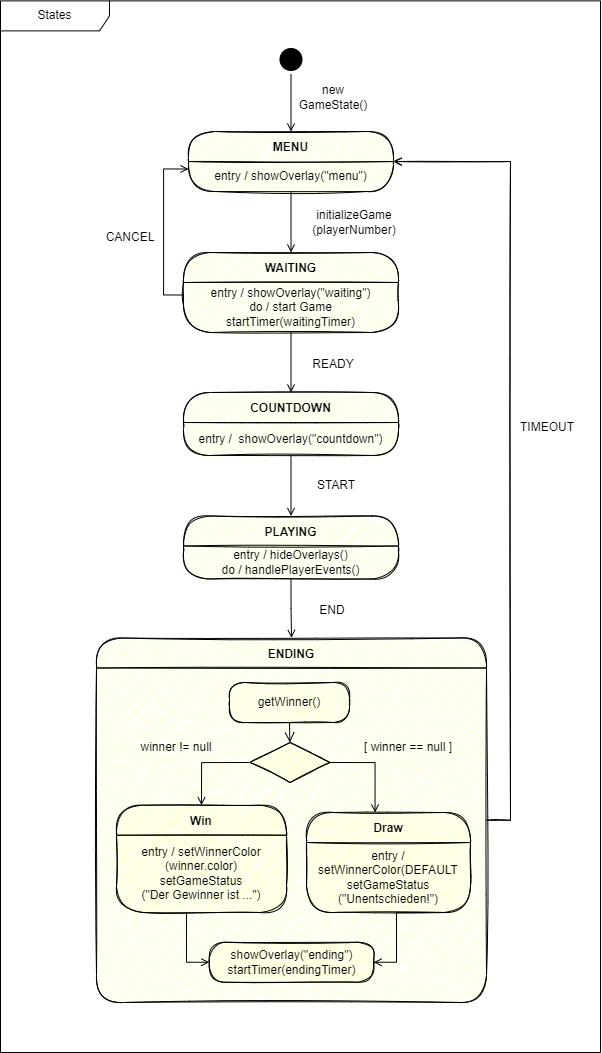
sckoenig/Distributed-Tron keeps this draw.io diagram as diagrams/GameManager_states.png. Above is the earlier version. Source tidied: cells renumbered, new cells last; positions are measured from the earlier drawing's top-left corner, leaving out a move shared by most shapes.
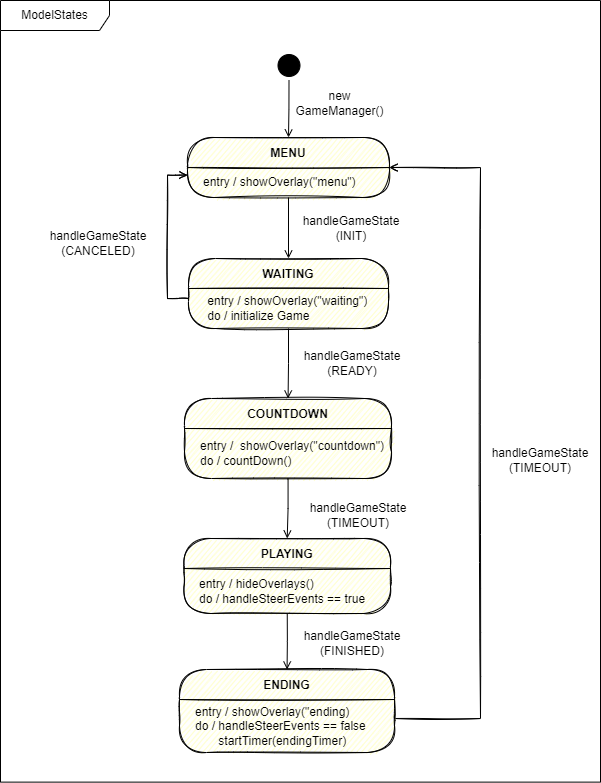
The same file after the commit.

Change to the diagram source:
```diff
@@ -2,136 +2,89 @@
   <root>
     <mxCell id="0" />
     <mxCell id="1" parent="0" />
-    <mxCell id="2" value="States" style="shape=umlFrame;whiteSpace=wrap;html=1;sketch=0;fillColor=default;width=109;height=30;" parent="1" vertex="1">
-      <mxGeometry y="0.4" width="600" height="1051.6" as="geometry" />
+    <mxCell id="2" value="ModelStates" style="shape=umlFrame;whiteSpace=wrap;html=1;sketch=0;fillColor=default;width=109;height=30;" parent="1" vertex="1">
+      <mxGeometry x="70" y="54" width="600" height="781.6" as="geometry" />
     </mxCell>
     <mxCell id="3" style="edgeStyle=orthogonalEdgeStyle;rounded=0;jettySize=auto;html=1;exitX=0.5;exitY=1;exitDx=0;exitDy=0;strokeColor=#000000;endArrow=open;endFill=0;sketch=0;" parent="1" edge="1" source="4" target="5">
       <mxGeometry relative="1" as="geometry" />
     </mxCell>
     <mxCell id="4" style="ellipse;html=1;shape=startState;fillColor=#000000;strokeColor=default;sketch=0;" parent="1" vertex="1">
-      <mxGeometry x="275.5" y="44" width="30" height="30" as="geometry" />
+      <mxGeometry x="343.5" y="104" width="30" height="30" as="geometry" />
     </mxCell>
     <mxCell id="5" value="MENU" style="swimlane;fontStyle=1;align=center;verticalAlign=middle;horizontal=1;startSize=30;fontColor=#000000;rounded=1;arcSize=30;strokeColor=default;fillColor=#ffffc0;swimlaneFillColor=#ffffc0;sketch=1;fillStyle=auto;" parent="1" vertex="1">
-      <mxGeometry x="188" y="131" width="205" height="60" as="geometry" />
+      <mxGeometry x="257" y="191" width="202" height="60" as="geometry" />
     </mxCell>
-    <mxCell id="6" value="entry / showOverlay(&quot;menu&quot;)" style="text;html=1;strokeColor=none;fillColor=none;align=center;verticalAlign=middle;spacingLeft=4;spacingRight=4;whiteSpace=wrap;overflow=hidden;fontColor=#000000;sketch=0;" parent="5" vertex="1">
-      <mxGeometry y="30" width="205" height="30" as="geometry" />
+    <mxCell id="6" value="&amp;nbsp; &amp;nbsp;entry / showOverlay(&quot;menu&quot;)" style="text;html=1;strokeColor=none;fillColor=none;align=left;verticalAlign=middle;spacingLeft=4;spacingRight=4;whiteSpace=wrap;overflow=hidden;fontColor=#000000;sketch=0;" parent="5" vertex="1">
+      <mxGeometry y="30" width="202" height="30" as="geometry" />
     </mxCell>
     <mxCell id="7" value="WAITING" style="swimlane;fontStyle=1;align=center;verticalAlign=middle;horizontal=1;startSize=30;fontColor=#000000;rounded=1;arcSize=30;strokeColor=default;fillColor=#ffffc0;swimlaneFillColor=#ffffc0;sketch=1;" parent="1" vertex="1">
-      <mxGeometry x="183" y="252" width="215" height="80" as="geometry" />
+      <mxGeometry x="258" y="312" width="200" height="70" as="geometry" />
     </mxCell>
-    <mxCell id="8" value="entry / showOverlay(&quot;waiting&quot;)&lt;br&gt;do / start Game&lt;br&gt;startTimer(waitingTimer)" style="text;html=1;strokeColor=none;fillColor=none;align=center;verticalAlign=middle;spacingLeft=4;spacingRight=4;whiteSpace=wrap;overflow=hidden;fontColor=#000000;sketch=1;" parent="7" vertex="1">
-      <mxGeometry y="30" width="215" height="50" as="geometry" />
+    <mxCell id="8" value="&amp;nbsp; &amp;nbsp; entry / showOverlay(&quot;waiting&quot;)&lt;br&gt;&amp;nbsp; &amp;nbsp; do / initialize Game" style="text;html=1;strokeColor=none;fillColor=none;align=left;verticalAlign=middle;spacingLeft=4;spacingRight=4;whiteSpace=wrap;overflow=hidden;fontColor=#000000;sketch=1;" parent="7" vertex="1">
+      <mxGeometry y="30" width="200" height="40" as="geometry" />
     </mxCell>
     <mxCell id="9" value="PLAYING" style="swimlane;fontStyle=1;align=center;verticalAlign=middle;horizontal=1;startSize=30;fontColor=#000000;rounded=1;arcSize=30;strokeColor=default;fillColor=#ffffc0;swimlaneFillColor=#ffffc0;sketch=1;" parent="1" vertex="1">
-      <mxGeometry x="183" y="515.5" width="215" height="63" as="geometry" />
+      <mxGeometry x="253.5" y="592" width="206.5" height="75" as="geometry" />
     </mxCell>
-    <mxCell id="10" value="entry / hideOverlays()&lt;br&gt;do / handlePlayerEvents()" style="text;html=1;strokeColor=none;fillColor=none;align=center;verticalAlign=middle;spacingLeft=4;spacingRight=4;whiteSpace=wrap;overflow=hidden;fontColor=#000000;sketch=0;" parent="9" vertex="1">
-      <mxGeometry y="30" width="215" height="33" as="geometry" />
+    <mxCell id="10" value="&amp;nbsp; &amp;nbsp;entry / hideOverlays()&lt;br&gt;&amp;nbsp; &amp;nbsp;do / handleSteerEvents == true" style="text;html=1;strokeColor=none;fillColor=none;align=left;verticalAlign=middle;spacingLeft=4;spacingRight=4;whiteSpace=wrap;overflow=hidden;fontColor=#000000;sketch=0;" parent="9" vertex="1">
+      <mxGeometry y="30" width="206.5" height="45" as="geometry" />
     </mxCell>
-    <mxCell id="11" value="ENDING" style="swimlane;fontStyle=1;align=center;verticalAlign=middle;horizontal=1;startSize=30;fontColor=#000000;rounded=1;arcSize=30;strokeColor=default;fillColor=#ffffc0;swimlaneFillColor=#ffffc0;sketch=1;" parent="1" vertex="1">
-      <mxGeometry x="96" y="637.5" width="390" height="364.5" as="geometry" />
+    <mxCell id="11" value="new GameManager()" style="text;html=1;strokeColor=none;fillColor=none;align=center;verticalAlign=middle;whiteSpace=wrap;rounded=0;sketch=0;" parent="1" vertex="1">
+      <mxGeometry x="371" y="142" width="77" height="30" as="geometry" />
     </mxCell>
-    <mxCell id="12" value="new GameState()" style="text;html=1;strokeColor=none;fillColor=none;align=center;verticalAlign=middle;whiteSpace=wrap;rounded=0;sketch=0;" parent="1" vertex="1">
-      <mxGeometry x="303" y="82" width="60" height="30" as="geometry" />
+    <mxCell id="12" style="edgeStyle=orthogonalEdgeStyle;rounded=0;jettySize=auto;html=1;exitX=0;exitY=0.25;exitDx=0;exitDy=0;entryX=0;entryY=0.25;entryDx=0;entryDy=0;endArrow=open;endFill=0;sketch=1;" parent="1" edge="1" source="8" target="6">
+      <mxGeometry relative="1" as="geometry" />
     </mxCell>
-    <mxCell id="13" value="READY" style="text;html=1;strokeColor=none;fillColor=none;align=center;verticalAlign=middle;whiteSpace=wrap;rounded=0;sketch=1;" parent="1" vertex="1">
-      <mxGeometry x="303" y="311" width="60" height="105" as="geometry" />
+    <mxCell id="13" value="handleGameState&lt;br&gt;(CANCELED)" style="text;html=1;strokeColor=none;fillColor=none;align=center;verticalAlign=middle;whiteSpace=wrap;rounded=0;sketch=0;" parent="1" vertex="1">
+      <mxGeometry x="108" y="282" width="120" height="30" as="geometry" />
     </mxCell>
-    <mxCell id="14" style="edgeStyle=orthogonalEdgeStyle;rounded=0;jettySize=auto;html=1;exitX=0;exitY=0.25;exitDx=0;exitDy=0;entryX=0;entryY=0.25;entryDx=0;entryDy=0;endArrow=open;endFill=0;sketch=0;" parent="1" edge="1" source="8" target="6">
-      <mxGeometry relative="1" as="geometry" />
+    <mxCell id="14" value="handleGameState&lt;br&gt;(FINISHED)" style="text;html=1;strokeColor=none;fillColor=none;align=center;verticalAlign=middle;whiteSpace=wrap;rounded=0;sketch=0;" parent="1" vertex="1">
+      <mxGeometry x="368" y="682" width="108" height="30" as="geometry" />
     </mxCell>
-    <mxCell id="15" value="CANCEL" style="text;html=1;strokeColor=none;fillColor=none;align=center;verticalAlign=middle;whiteSpace=wrap;rounded=0;sketch=0;" parent="1" vertex="1">
-      <mxGeometry x="100" y="222" width="60" height="30" as="geometry" />
+    <mxCell id="15" style="edgeStyle=orthogonalEdgeStyle;rounded=0;jettySize=auto;html=1;exitX=0.5;exitY=1;exitDx=0;exitDy=0;endArrow=open;endFill=0;sketch=0;" parent="1" edge="1" source="10" target="24">
+      <mxGeometry relative="1" as="geometry" />
     </mxCell>
-    <mxCell id="16" value="END" style="text;html=1;strokeColor=none;fillColor=none;align=center;verticalAlign=middle;whiteSpace=wrap;rounded=0;sketch=0;" parent="1" vertex="1">
-      <mxGeometry x="302" y="595" width="60" height="30" as="geometry" />
+    <mxCell id="16" style="edgeStyle=orthogonalEdgeStyle;rounded=0;jettySize=auto;html=1;entryX=0.5;entryY=0;entryDx=0;entryDy=0;strokeColor=#000000;endArrow=open;endFill=0;sketch=0;" parent="1" edge="1" source="6" target="7">
+      <mxGeometry relative="1" as="geometry" />
     </mxCell>
-    <mxCell id="17" style="edgeStyle=orthogonalEdgeStyle;rounded=0;jettySize=auto;html=1;exitX=0.5;exitY=1;exitDx=0;exitDy=0;entryX=0.5;entryY=0;entryDx=0;entryDy=0;endArrow=open;endFill=0;sketch=0;" parent="1" edge="1" source="10" target="11">
-      <mxGeometry relative="1" as="geometry" />
+    <mxCell id="17" value="handleGameState&lt;br&gt;(INIT)" style="text;html=1;strokeColor=none;fillColor=none;align=center;verticalAlign=middle;whiteSpace=wrap;rounded=0;sketch=0;" parent="1" vertex="1">
+      <mxGeometry x="392" y="267" width="58" height="30" as="geometry" />
     </mxCell>
-    <mxCell id="18" value="TIMEOUT" style="text;html=1;strokeColor=none;fillColor=none;align=center;verticalAlign=middle;whiteSpace=wrap;rounded=0;sketch=0;" parent="1" vertex="1">
-      <mxGeometry x="517" y="412" width="60" height="30" as="geometry" />
+    <mxCell id="18" value="COUNTDOWN" style="swimlane;fontStyle=1;align=center;verticalAlign=middle;horizontal=1;startSize=30;fontColor=#000000;rounded=1;arcSize=30;strokeColor=default;fillColor=#ffffc0;swimlaneFillColor=#ffffc0;sketch=1;" parent="1" vertex="1">
+      <mxGeometry x="254" y="452" width="207" height="80" as="geometry" />
     </mxCell>
-    <mxCell id="19" style="edgeStyle=orthogonalEdgeStyle;rounded=0;jettySize=auto;html=1;entryX=0.5;entryY=0;entryDx=0;entryDy=0;strokeColor=#000000;endArrow=open;endFill=0;sketch=0;" parent="1" edge="1" source="6" target="7">
-      <mxGeometry relative="1" as="geometry" />
+    <mxCell id="19" value="&amp;nbsp; &amp;nbsp;entry /&amp;nbsp; showOverlay(&quot;countdown&quot;)&lt;br&gt;&amp;nbsp; &amp;nbsp;do / countDown()" style="text;html=1;strokeColor=none;fillColor=none;align=left;verticalAlign=middle;spacingLeft=4;spacingRight=4;whiteSpace=wrap;overflow=hidden;fontColor=#000000;sketch=0;" parent="18" vertex="1">
+      <mxGeometry y="30" width="207" height="50" as="geometry" />
     </mxCell>
-    <mxCell id="20" value="initializeGame&lt;br&gt;(playerNumber)" style="text;html=1;strokeColor=none;fillColor=none;align=center;verticalAlign=middle;whiteSpace=wrap;rounded=0;sketch=0;" parent="1" vertex="1">
-      <mxGeometry x="324" y="207" width="60" height="30" as="geometry" />
+    <mxCell id="20" style="edgeStyle=orthogonalEdgeStyle;rounded=0;jettySize=auto;html=1;strokeColor=default;fontSize=11;sketch=0;endArrow=open;endFill=0;" parent="1" edge="1" source="8" target="18">
+      <mxGeometry relative="1" as="geometry" />
     </mxCell>
-    <mxCell id="21" value="COUNTDOWN" style="swimlane;fontStyle=1;align=center;verticalAlign=middle;horizontal=1;startSize=30;fontColor=#000000;rounded=1;arcSize=30;strokeColor=default;fillColor=#ffffc0;swimlaneFillColor=#ffffc0;sketch=1;" parent="1" vertex="1">
-      <mxGeometry x="183" y="392" width="215" height="63" as="geometry" />
+    <mxCell id="21" style="edgeStyle=orthogonalEdgeStyle;rounded=0;jettySize=auto;html=1;strokeColor=default;fontSize=11;sketch=0;endArrow=open;endFill=0;" parent="1" edge="1" source="19" target="9">
+      <mxGeometry relative="1" as="geometry" />
     </mxCell>
-    <mxCell id="22" value="entry /&amp;nbsp; showOverlay(&quot;countdown&quot;)" style="text;html=1;strokeColor=none;fillColor=none;align=center;verticalAlign=middle;spacingLeft=4;spacingRight=4;whiteSpace=wrap;overflow=hidden;fontColor=#000000;sketch=0;" parent="21" vertex="1">
-      <mxGeometry y="30" width="215" height="33" as="geometry" />
+    <mxCell id="22" style="edgeStyle=orthogonalEdgeStyle;rounded=0;sketch=1;jettySize=auto;html=1;strokeColor=#000000;endArrow=open;endFill=0;entryX=1;entryY=0.5;entryDx=0;entryDy=0;exitX=1;exitY=0.25;exitDx=0;exitDy=0;" parent="1" edge="1" source="25" target="5">
+      <mxGeometry relative="1" as="geometry">
+        <Array as="points">
+          <mxPoint x="464" y="772" />
+          <mxPoint x="550" y="772" />
+          <mxPoint x="550" y="221" />
+        </Array>
+      </mxGeometry>
     </mxCell>
-    <mxCell id="23" style="edgeStyle=orthogonalEdgeStyle;rounded=0;jettySize=auto;html=1;strokeColor=default;fontSize=11;sketch=0;endArrow=open;endFill=0;" parent="1" edge="1" source="8" target="21">
-      <mxGeometry relative="1" as="geometry" />
+    <mxCell id="23" value="handleGameState&lt;br&gt;(READY)" style="text;html=1;strokeColor=none;fillColor=none;align=center;verticalAlign=middle;whiteSpace=wrap;rounded=0;sketch=0;" parent="1" vertex="1">
+      <mxGeometry x="362" y="402" width="120" height="30" as="geometry" />
     </mxCell>
-    <mxCell id="24" style="edgeStyle=orthogonalEdgeStyle;rounded=0;jettySize=auto;html=1;strokeColor=default;fontSize=11;sketch=0;endArrow=open;endFill=0;" parent="1" edge="1" source="22" target="9">
-      <mxGeometry relative="1" as="geometry" />
+    <mxCell id="24" value="ENDING" style="swimlane;fontStyle=1;align=center;verticalAlign=middle;horizontal=1;startSize=30;fontColor=#000000;rounded=1;arcSize=30;strokeColor=default;fillColor=#ffffc0;swimlaneFillColor=#ffffc0;sketch=1;" parent="1" vertex="1">
+      <mxGeometry x="249" y="723" width="215" height="83" as="geometry" />
     </mxCell>
-    <mxCell id="25" value="START" style="text;html=1;strokeColor=none;fillColor=none;align=center;verticalAlign=middle;whiteSpace=wrap;rounded=0;sketch=0;" parent="1" vertex="1">
-      <mxGeometry x="305.5" y="470.5" width="60" height="30" as="geometry" />
+    <mxCell id="25" value="&amp;nbsp; &amp;nbsp;entry / showOverlay(&quot;ending)&lt;br&gt;&amp;nbsp; &amp;nbsp;do / handleSteerEvents == false&lt;br&gt;&amp;nbsp; &amp;nbsp; &amp;nbsp; &amp;nbsp; &amp;nbsp; startTimer(endingTimer)" style="text;html=1;strokeColor=none;fillColor=none;align=left;verticalAlign=middle;spacingLeft=4;spacingRight=4;whiteSpace=wrap;overflow=hidden;fontColor=#000000;sketch=0;" parent="24" vertex="1">
+      <mxGeometry y="30" width="215" height="53" as="geometry" />
     </mxCell>
-    <mxCell id="26" value="Win" style="swimlane;fontStyle=1;align=center;verticalAlign=middle;horizontal=1;startSize=30;fontColor=#000000;rounded=1;arcSize=30;strokeColor=default;fillColor=#ffffc0;swimlaneFillColor=#ffffc0;sketch=1;" parent="1" vertex="1">
-      <mxGeometry x="116" y="804.8" width="170" height="107.2" as="geometry" />
+    <mxCell id="26" value="handleGameState&lt;br&gt;(TIMEOUT)" style="text;html=1;strokeColor=none;fillColor=none;align=center;verticalAlign=middle;whiteSpace=wrap;rounded=0;sketch=0;" parent="1" vertex="1">
+      <mxGeometry x="368" y="554" width="120" height="30" as="geometry" />
     </mxCell>
-    <mxCell id="27" value="entry / setWinnerColor&lt;br&gt;(winner.color)&lt;br&gt;setGameStatus&lt;br&gt;(&quot;Der Gewinner ist ...&quot;)" style="text;html=1;strokeColor=none;fillColor=none;align=center;verticalAlign=middle;spacingLeft=4;spacingRight=4;whiteSpace=wrap;overflow=hidden;fontColor=#000000;sketch=1;" parent="26" vertex="1">
-      <mxGeometry y="30" width="170" height="77.2" as="geometry" />
+    <mxCell id="27" value="handleGameState&lt;br&gt;(TIMEOUT)" style="text;html=1;strokeColor=none;fillColor=none;align=center;verticalAlign=middle;whiteSpace=wrap;rounded=0;sketch=0;" parent="1" vertex="1">
+      <mxGeometry x="550" y="499" width="120" height="30" as="geometry" />
     </mxCell>
-    <mxCell id="28" value="Draw" style="swimlane;fontStyle=1;align=center;verticalAlign=middle;horizontal=1;startSize=30;fontColor=#000000;rounded=1;arcSize=30;strokeColor=default;fillColor=#ffffc0;swimlaneFillColor=#ffffc0;sketch=1;" parent="1" vertex="1">
-      <mxGeometry x="306" y="812" width="164" height="100" as="geometry" />
-    </mxCell>
-    <mxCell id="29" value="entry / setWinnerColor(DEFAULT&lt;br&gt;setGameStatus&lt;br&gt;(&quot;Unentschieden!&quot;)" style="text;html=1;strokeColor=none;fillColor=none;align=center;verticalAlign=middle;spacingLeft=4;spacingRight=4;whiteSpace=wrap;overflow=hidden;fontColor=#000000;sketch=1;" parent="28" vertex="1">
-      <mxGeometry y="30" width="164" height="70" as="geometry" />
-    </mxCell>
-    <mxCell id="30" value="getWinner()" style="rounded=1;whiteSpace=wrap;html=1;arcSize=40;fontColor=#000000;fillColor=#ffffc0;strokeColor=#000000;sketch=1;" parent="1" vertex="1">
-      <mxGeometry x="229" y="682" width="120" height="40" as="geometry" />
-    </mxCell>
-    <mxCell id="31" style="edgeStyle=orthogonalEdgeStyle;html=1;verticalAlign=bottom;endArrow=open;endSize=8;strokeColor=#000000;rounded=0;sketch=0;entryX=0.5;entryY=0;entryDx=0;entryDy=0;" parent="1" edge="1" source="30" target="34">
-      <mxGeometry relative="1" as="geometry" />
-    </mxCell>
-    <mxCell id="32" style="edgeStyle=orthogonalEdgeStyle;rounded=0;sketch=0;jettySize=auto;html=1;exitX=1;exitY=0.5;exitDx=0;exitDy=0;strokeColor=#000000;endArrow=open;endFill=0;entryX=0.418;entryY=0;entryDx=0;entryDy=0;entryPerimeter=0;" parent="1" edge="1" source="34" target="28">
-      <mxGeometry relative="1" as="geometry" />
-    </mxCell>
-    <mxCell id="33" style="edgeStyle=orthogonalEdgeStyle;rounded=0;sketch=0;jettySize=auto;html=1;exitX=0;exitY=0.5;exitDx=0;exitDy=0;entryX=0.5;entryY=0;entryDx=0;entryDy=0;strokeColor=#000000;endArrow=open;endFill=0;" parent="1" edge="1" source="34" target="26">
-      <mxGeometry relative="1" as="geometry" />
-    </mxCell>
-    <mxCell id="34" style="rhombus;whiteSpace=wrap;html=1;fillColor=#ffffc0;strokeColor=#000000;sketch=1;" parent="1" vertex="1">
-      <mxGeometry x="249.5" y="742" width="80" height="40" as="geometry" />
-    </mxCell>
-    <mxCell id="35" style="edgeStyle=orthogonalEdgeStyle;rounded=0;sketch=1;jettySize=auto;html=1;strokeColor=#000000;endArrow=open;endFill=0;entryX=1;entryY=0.5;entryDx=0;entryDy=0;exitX=1;exitY=0.5;exitDx=0;exitDy=0;" parent="1" edge="1" source="11" target="5">
-      <mxGeometry relative="1" as="geometry">
-        <Array as="points">
-          <mxPoint x="510" y="820" />
-          <mxPoint x="510" y="161" />
-        </Array>
-      </mxGeometry>
-    </mxCell>
-    <mxCell id="36" value="showOverlay(&quot;ending&quot;)&lt;br&gt;startTimer(endingTimer)" style="rounded=1;whiteSpace=wrap;html=1;arcSize=40;fontColor=#000000;fillColor=#ffffc0;strokeColor=#000000;sketch=1;" parent="1" vertex="1">
-      <mxGeometry x="208.8" y="941.8" width="164.5" height="40" as="geometry" />
-    </mxCell>
-    <mxCell id="37" style="edgeStyle=orthogonalEdgeStyle;rounded=0;sketch=0;jettySize=auto;html=1;entryX=0;entryY=0.5;entryDx=0;entryDy=0;strokeColor=#000000;endArrow=open;endFill=0;" parent="1" edge="1" source="27" target="36">
-      <mxGeometry relative="1" as="geometry">
-        <Array as="points">
-          <mxPoint x="186" y="962" />
-        </Array>
-      </mxGeometry>
-    </mxCell>
-    <mxCell id="38" style="edgeStyle=orthogonalEdgeStyle;rounded=0;sketch=0;jettySize=auto;html=1;exitX=0.75;exitY=1;exitDx=0;exitDy=0;entryX=1;entryY=0.5;entryDx=0;entryDy=0;strokeColor=#000000;endArrow=open;endFill=0;" parent="1" edge="1" source="29" target="36">
-      <mxGeometry relative="1" as="geometry">
-        <Array as="points">
-          <mxPoint x="396" y="912" />
-          <mxPoint x="396" y="962" />
-        </Array>
-      </mxGeometry>
-    </mxCell>
-    <mxCell id="39" value="[ winner == null ]" style="text;html=1;strokeColor=none;fillColor=none;align=center;verticalAlign=middle;whiteSpace=wrap;rounded=0;sketch=0;" parent="1" vertex="1">
-      <mxGeometry x="362" y="732" width="92" height="30" as="geometry" />
-    </mxCell>
-    <mxCell id="40" value="winner != null" style="text;html=1;strokeColor=none;fillColor=none;align=center;verticalAlign=middle;whiteSpace=wrap;rounded=0;sketch=0;" parent="1" vertex="1">
-      <mxGeometry x="130" y="732" width="92" height="30" as="geometry" />
-    </mxCell>
   </root>
 </mxGraphModel>
```
